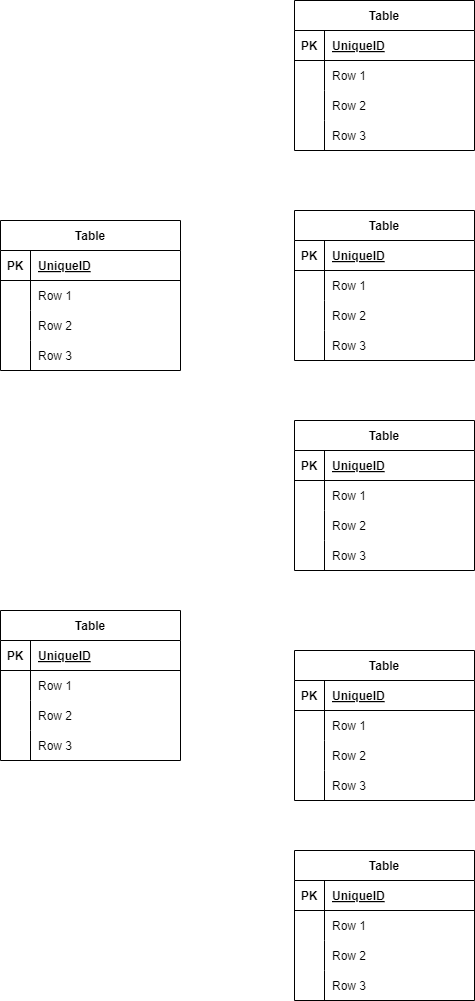
Above: free-market.drawio.png in adashinobobuko/coachtechfreemarket (draw.io), before the change. Source tidied: cells renumbered, new cells last; positions are measured from the earlier drawing's top-left corner, leaving out a move shared by most shapes.
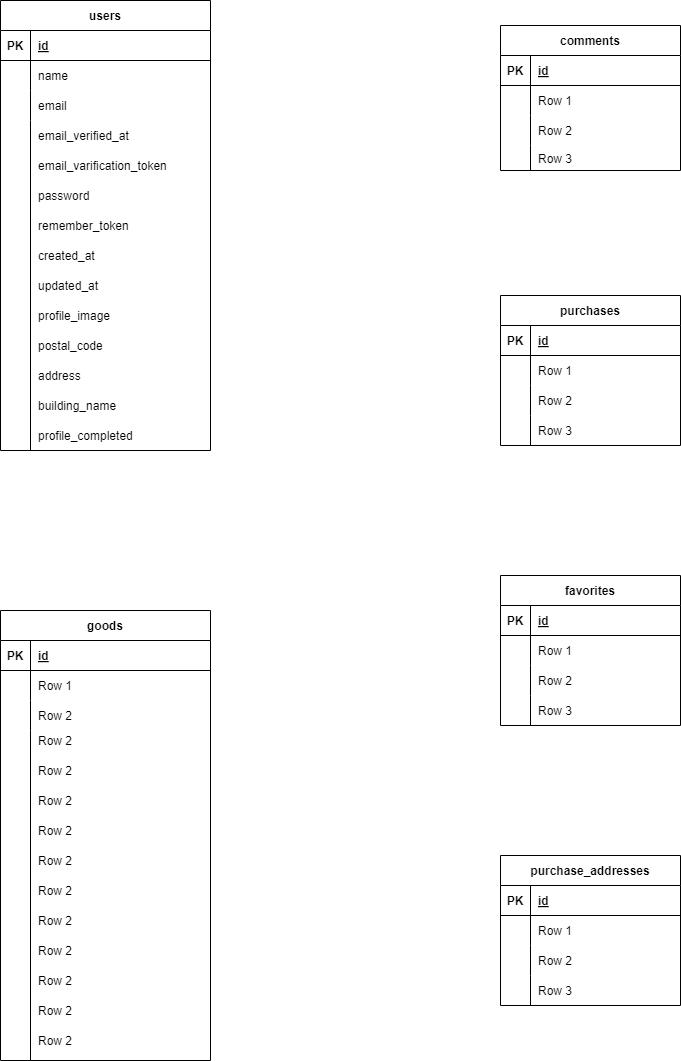
After the change.

Change to the diagram source:
```diff
@@ -4,7 +4,7 @@
     <mxCell id="1" parent="0" />
-    <mxCell id="2" value="Table" style="shape=table;startSize=30;rowLines=0;fontStyle=1;align=center;" parent="1" vertex="1">
-      <mxGeometry y="220" width="180" height="150" as="geometry" />
+    <mxCell id="2" value="users" style="shape=table;startSize=30;rowLines=0;fontStyle=1;align=center;" parent="1" vertex="1">
+      <mxGeometry x="10" width="210" height="450" as="geometry" />
     </mxCell>
     <mxCell id="3" style="shape=tableRow;horizontal=0;startSize=0;swimlaneHead=0;swimlaneBody=0;fillColor=none;top=0;left=0;right=0;bottom=1;" parent="2" vertex="1">
-      <mxGeometry y="30" width="180" height="30" as="geometry" />
+      <mxGeometry y="30" width="210" height="30" as="geometry" />
     </mxCell>
@@ -13,7 +13,7 @@
     </mxCell>
-    <mxCell id="5" value="UniqueID" style="shape=partialRectangle;fillColor=none;top=0;left=0;bottom=0;right=0;align=left;spacingLeft=6;fontStyle=5;overflow=hidden;" parent="3" vertex="1">
-      <mxGeometry x="30" width="150" height="30" as="geometry" />
+    <mxCell id="5" value="id" style="shape=partialRectangle;fillColor=none;top=0;left=0;bottom=0;right=0;align=left;spacingLeft=6;fontStyle=5;overflow=hidden;" parent="3" vertex="1">
+      <mxGeometry x="30" width="180" height="30" as="geometry" />
     </mxCell>
     <mxCell id="6" style="shape=tableRow;horizontal=0;startSize=0;swimlaneHead=0;swimlaneBody=0;fillColor=none;top=0;left=0;right=0;bottom=0;" parent="2" vertex="1">
-      <mxGeometry y="60" width="180" height="30" as="geometry" />
+      <mxGeometry y="60" width="210" height="30" as="geometry" />
     </mxCell>
@@ -22,7 +22,7 @@
     </mxCell>
-    <mxCell id="8" value="Row 1" style="shape=partialRectangle;fillColor=none;top=0;left=0;bottom=0;right=0;align=left;spacingLeft=6;overflow=hidden;" parent="6" vertex="1">
-      <mxGeometry x="30" width="150" height="30" as="geometry" />
+    <mxCell id="8" value="name" style="shape=partialRectangle;fillColor=none;top=0;left=0;bottom=0;right=0;align=left;spacingLeft=6;overflow=hidden;" parent="6" vertex="1">
+      <mxGeometry x="30" width="180" height="30" as="geometry" />
     </mxCell>
     <mxCell id="9" style="shape=tableRow;horizontal=0;startSize=0;swimlaneHead=0;swimlaneBody=0;fillColor=none;top=0;left=0;right=0;bottom=0;" parent="2" vertex="1">
-      <mxGeometry y="90" width="180" height="30" as="geometry" />
+      <mxGeometry y="90" width="210" height="30" as="geometry" />
     </mxCell>
@@ -31,16 +31,16 @@
     </mxCell>
-    <mxCell id="11" value="Row 2" style="shape=partialRectangle;fillColor=none;top=0;left=0;bottom=0;right=0;align=left;spacingLeft=6;overflow=hidden;" parent="9" vertex="1">
-      <mxGeometry x="30" width="150" height="30" as="geometry" />
+    <mxCell id="11" value="email" style="shape=partialRectangle;fillColor=none;top=0;left=0;bottom=0;right=0;align=left;spacingLeft=6;overflow=hidden;" parent="9" vertex="1">
+      <mxGeometry x="30" width="180" height="30" as="geometry" />
     </mxCell>
     <mxCell id="12" style="shape=tableRow;horizontal=0;startSize=0;swimlaneHead=0;swimlaneBody=0;fillColor=none;top=0;left=0;right=0;bottom=0;" parent="2" vertex="1">
-      <mxGeometry y="120" width="180" height="30" as="geometry" />
+      <mxGeometry y="120" width="210" height="330" as="geometry" />
     </mxCell>
     <mxCell id="13" style="shape=partialRectangle;fillColor=none;top=0;left=0;bottom=0;right=0;overflow=hidden;" parent="12" vertex="1">
-      <mxGeometry width="30" height="30" as="geometry" />
+      <mxGeometry width="30" height="330" as="geometry" />
     </mxCell>
-    <mxCell id="14" value="Row 3" style="shape=partialRectangle;fillColor=none;top=0;left=0;bottom=0;right=0;align=left;spacingLeft=6;overflow=hidden;" parent="12" vertex="1">
-      <mxGeometry x="30" width="150" height="30" as="geometry" />
+    <mxCell id="14" style="shape=partialRectangle;fillColor=none;top=0;left=0;bottom=0;right=0;align=left;spacingLeft=6;overflow=hidden;" parent="12" vertex="1">
+      <mxGeometry x="30" width="180" height="330" as="geometry" />
     </mxCell>
-    <mxCell id="15" value="Table" style="shape=table;startSize=30;rowLines=0;fontStyle=1;align=center;" parent="1" vertex="1">
-      <mxGeometry x="294" width="180" height="150" as="geometry" />
+    <mxCell id="15" value="comments" style="shape=table;startSize=30;rowLines=0;fontStyle=1;align=center;" parent="1" vertex="1">
+      <mxGeometry x="510" y="25" width="180" height="145" as="geometry" />
     </mxCell>
@@ -52,3 +52,3 @@
     </mxCell>
-    <mxCell id="18" value="UniqueID" style="shape=partialRectangle;fillColor=none;top=0;left=0;bottom=0;right=0;align=left;spacingLeft=6;fontStyle=5;overflow=hidden;" parent="16" vertex="1">
+    <mxCell id="18" value="id" style="shape=partialRectangle;fillColor=none;top=0;left=0;bottom=0;right=0;align=left;spacingLeft=6;fontStyle=5;overflow=hidden;" parent="16" vertex="1">
       <mxGeometry x="30" width="150" height="30" as="geometry" />
@@ -74,12 +74,12 @@
     <mxCell id="25" style="shape=tableRow;horizontal=0;startSize=0;swimlaneHead=0;swimlaneBody=0;fillColor=none;top=0;left=0;right=0;bottom=0;" parent="15" vertex="1">
-      <mxGeometry y="120" width="180" height="30" as="geometry" />
+      <mxGeometry y="120" width="180" height="25" as="geometry" />
     </mxCell>
     <mxCell id="26" style="shape=partialRectangle;fillColor=none;top=0;left=0;bottom=0;right=0;overflow=hidden;" parent="25" vertex="1">
-      <mxGeometry width="30" height="30" as="geometry" />
+      <mxGeometry width="30" height="25" as="geometry" />
     </mxCell>
     <mxCell id="27" value="Row 3" style="shape=partialRectangle;fillColor=none;top=0;left=0;bottom=0;right=0;align=left;spacingLeft=6;overflow=hidden;" parent="25" vertex="1">
-      <mxGeometry x="30" width="150" height="30" as="geometry" />
+      <mxGeometry x="30" width="150" height="25" as="geometry" />
     </mxCell>
-    <mxCell id="28" value="Table" style="shape=table;startSize=30;rowLines=0;fontStyle=1;align=center;" parent="1" vertex="1">
-      <mxGeometry x="294" y="210" width="180" height="150" as="geometry" />
+    <mxCell id="28" value="purchases" style="shape=table;startSize=30;rowLines=0;fontStyle=1;align=center;" parent="1" vertex="1">
+      <mxGeometry x="510" y="295" width="180" height="150" as="geometry" />
     </mxCell>
@@ -91,3 +91,3 @@
     </mxCell>
-    <mxCell id="31" value="UniqueID" style="shape=partialRectangle;fillColor=none;top=0;left=0;bottom=0;right=0;align=left;spacingLeft=6;fontStyle=5;overflow=hidden;" parent="29" vertex="1">
+    <mxCell id="31" value="id" style="shape=partialRectangle;fillColor=none;top=0;left=0;bottom=0;right=0;align=left;spacingLeft=6;fontStyle=5;overflow=hidden;" parent="29" vertex="1">
       <mxGeometry x="30" width="150" height="30" as="geometry" />
@@ -121,4 +121,4 @@
     </mxCell>
-    <mxCell id="41" value="Table" style="shape=table;startSize=30;rowLines=0;fontStyle=1;align=center;" parent="1" vertex="1">
-      <mxGeometry x="294" y="420" width="180" height="150" as="geometry" />
+    <mxCell id="41" value="favorites" style="shape=table;startSize=30;rowLines=0;fontStyle=1;align=center;" parent="1" vertex="1">
+      <mxGeometry x="510" y="575" width="180" height="150" as="geometry" />
     </mxCell>
@@ -130,3 +130,3 @@
     </mxCell>
-    <mxCell id="44" value="UniqueID" style="shape=partialRectangle;fillColor=none;top=0;left=0;bottom=0;right=0;align=left;spacingLeft=6;fontStyle=5;overflow=hidden;" parent="42" vertex="1">
+    <mxCell id="44" value="id" style="shape=partialRectangle;fillColor=none;top=0;left=0;bottom=0;right=0;align=left;spacingLeft=6;fontStyle=5;overflow=hidden;" parent="42" vertex="1">
       <mxGeometry x="30" width="150" height="30" as="geometry" />
@@ -160,4 +160,4 @@
     </mxCell>
-    <mxCell id="54" value="Table" style="shape=table;startSize=30;rowLines=0;fontStyle=1;align=center;" parent="1" vertex="1">
-      <mxGeometry x="294" y="650" width="180" height="150" as="geometry" />
+    <mxCell id="54" value="purchase_addresses" style="shape=table;startSize=30;rowLines=0;fontStyle=1;align=center;" parent="1" vertex="1">
+      <mxGeometry x="510" y="855" width="180" height="150" as="geometry" />
     </mxCell>
@@ -169,3 +169,3 @@
     </mxCell>
-    <mxCell id="57" value="UniqueID" style="shape=partialRectangle;fillColor=none;top=0;left=0;bottom=0;right=0;align=left;spacingLeft=6;fontStyle=5;overflow=hidden;" parent="55" vertex="1">
+    <mxCell id="57" value="id" style="shape=partialRectangle;fillColor=none;top=0;left=0;bottom=0;right=0;align=left;spacingLeft=6;fontStyle=5;overflow=hidden;" parent="55" vertex="1">
       <mxGeometry x="30" width="150" height="30" as="geometry" />
@@ -199,46 +199,7 @@
     </mxCell>
-    <mxCell id="67" value="Table" style="shape=table;startSize=30;rowLines=0;fontStyle=1;align=center;" parent="1" vertex="1">
-      <mxGeometry x="294" y="850" width="180" height="150" as="geometry" />
-    </mxCell>
-    <mxCell id="68" style="shape=tableRow;horizontal=0;startSize=0;swimlaneHead=0;swimlaneBody=0;fillColor=none;top=0;left=0;right=0;bottom=1;" parent="67" vertex="1">
-      <mxGeometry y="30" width="180" height="30" as="geometry" />
-    </mxCell>
-    <mxCell id="69" value="PK" style="shape=partialRectangle;fillColor=none;top=0;left=0;bottom=0;right=0;fontStyle=1;overflow=hidden;" parent="68" vertex="1">
-      <mxGeometry width="30" height="30" as="geometry" />
-    </mxCell>
-    <mxCell id="70" value="UniqueID" style="shape=partialRectangle;fillColor=none;top=0;left=0;bottom=0;right=0;align=left;spacingLeft=6;fontStyle=5;overflow=hidden;" parent="68" vertex="1">
-      <mxGeometry x="30" width="150" height="30" as="geometry" />
-    </mxCell>
-    <mxCell id="71" style="shape=tableRow;horizontal=0;startSize=0;swimlaneHead=0;swimlaneBody=0;fillColor=none;top=0;left=0;right=0;bottom=0;" parent="67" vertex="1">
-      <mxGeometry y="60" width="180" height="30" as="geometry" />
-    </mxCell>
-    <mxCell id="72" style="shape=partialRectangle;fillColor=none;top=0;left=0;bottom=0;right=0;overflow=hidden;" parent="71" vertex="1">
-      <mxGeometry width="30" height="30" as="geometry" />
-    </mxCell>
-    <mxCell id="73" value="Row 1" style="shape=partialRectangle;fillColor=none;top=0;left=0;bottom=0;right=0;align=left;spacingLeft=6;overflow=hidden;" parent="71" vertex="1">
-      <mxGeometry x="30" width="150" height="30" as="geometry" />
-    </mxCell>
-    <mxCell id="74" style="shape=tableRow;horizontal=0;startSize=0;swimlaneHead=0;swimlaneBody=0;fillColor=none;top=0;left=0;right=0;bottom=0;" parent="67" vertex="1">
-      <mxGeometry y="90" width="180" height="30" as="geometry" />
-    </mxCell>
-    <mxCell id="75" style="shape=partialRectangle;fillColor=none;top=0;left=0;bottom=0;right=0;overflow=hidden;" parent="74" vertex="1">
-      <mxGeometry width="30" height="30" as="geometry" />
-    </mxCell>
-    <mxCell id="76" value="Row 2" style="shape=partialRectangle;fillColor=none;top=0;left=0;bottom=0;right=0;align=left;spacingLeft=6;overflow=hidden;" parent="74" vertex="1">
-      <mxGeometry x="30" width="150" height="30" as="geometry" />
-    </mxCell>
-    <mxCell id="77" style="shape=tableRow;horizontal=0;startSize=0;swimlaneHead=0;swimlaneBody=0;fillColor=none;top=0;left=0;right=0;bottom=0;" parent="67" vertex="1">
-      <mxGeometry y="120" width="180" height="30" as="geometry" />
-    </mxCell>
-    <mxCell id="78" style="shape=partialRectangle;fillColor=none;top=0;left=0;bottom=0;right=0;overflow=hidden;" parent="77" vertex="1">
-      <mxGeometry width="30" height="30" as="geometry" />
-    </mxCell>
-    <mxCell id="79" value="Row 3" style="shape=partialRectangle;fillColor=none;top=0;left=0;bottom=0;right=0;align=left;spacingLeft=6;overflow=hidden;" parent="77" vertex="1">
-      <mxGeometry x="30" width="150" height="30" as="geometry" />
-    </mxCell>
-    <mxCell id="80" value="Table" style="shape=table;startSize=30;rowLines=0;fontStyle=1;align=center;" parent="1" vertex="1">
-      <mxGeometry y="610" width="180" height="150" as="geometry" />
+    <mxCell id="80" value="goods" style="shape=table;startSize=30;rowLines=0;fontStyle=1;align=center;" parent="1" vertex="1">
+      <mxGeometry x="10" y="610" width="210" height="450" as="geometry" />
     </mxCell>
     <mxCell id="81" style="shape=tableRow;horizontal=0;startSize=0;swimlaneHead=0;swimlaneBody=0;fillColor=none;top=0;left=0;right=0;bottom=1;" parent="80" vertex="1">
-      <mxGeometry y="30" width="180" height="30" as="geometry" />
+      <mxGeometry y="30" width="210" height="30" as="geometry" />
     </mxCell>
@@ -247,7 +208,7 @@
     </mxCell>
-    <mxCell id="83" value="UniqueID" style="shape=partialRectangle;fillColor=none;top=0;left=0;bottom=0;right=0;align=left;spacingLeft=6;fontStyle=5;overflow=hidden;" parent="81" vertex="1">
-      <mxGeometry x="30" width="150" height="30" as="geometry" />
+    <mxCell id="83" value="id" style="shape=partialRectangle;fillColor=none;top=0;left=0;bottom=0;right=0;align=left;spacingLeft=6;fontStyle=5;overflow=hidden;" parent="81" vertex="1">
+      <mxGeometry x="30" width="180" height="30" as="geometry" />
     </mxCell>
     <mxCell id="84" style="shape=tableRow;horizontal=0;startSize=0;swimlaneHead=0;swimlaneBody=0;fillColor=none;top=0;left=0;right=0;bottom=0;" parent="80" vertex="1">
-      <mxGeometry y="60" width="180" height="30" as="geometry" />
+      <mxGeometry y="60" width="210" height="30" as="geometry" />
     </mxCell>
@@ -257,6 +218,6 @@
     <mxCell id="86" value="Row 1" style="shape=partialRectangle;fillColor=none;top=0;left=0;bottom=0;right=0;align=left;spacingLeft=6;overflow=hidden;" parent="84" vertex="1">
-      <mxGeometry x="30" width="150" height="30" as="geometry" />
+      <mxGeometry x="30" width="180" height="30" as="geometry" />
     </mxCell>
     <mxCell id="87" style="shape=tableRow;horizontal=0;startSize=0;swimlaneHead=0;swimlaneBody=0;fillColor=none;top=0;left=0;right=0;bottom=0;" parent="80" vertex="1">
-      <mxGeometry y="90" width="180" height="30" as="geometry" />
+      <mxGeometry y="90" width="210" height="30" as="geometry" />
     </mxCell>
@@ -266,13 +227,79 @@
     <mxCell id="89" value="Row 2" style="shape=partialRectangle;fillColor=none;top=0;left=0;bottom=0;right=0;align=left;spacingLeft=6;overflow=hidden;" parent="87" vertex="1">
-      <mxGeometry x="30" width="150" height="30" as="geometry" />
+      <mxGeometry x="30" width="180" height="30" as="geometry" />
     </mxCell>
     <mxCell id="90" style="shape=tableRow;horizontal=0;startSize=0;swimlaneHead=0;swimlaneBody=0;fillColor=none;top=0;left=0;right=0;bottom=0;" parent="80" vertex="1">
-      <mxGeometry y="120" width="180" height="30" as="geometry" />
+      <mxGeometry y="120" width="210" height="330" as="geometry" />
     </mxCell>
     <mxCell id="91" style="shape=partialRectangle;fillColor=none;top=0;left=0;bottom=0;right=0;overflow=hidden;" parent="90" vertex="1">
-      <mxGeometry width="30" height="30" as="geometry" />
+      <mxGeometry width="30" height="330" as="geometry" />
     </mxCell>
-    <mxCell id="92" value="Row 3" style="shape=partialRectangle;fillColor=none;top=0;left=0;bottom=0;right=0;align=left;spacingLeft=6;overflow=hidden;" parent="90" vertex="1">
-      <mxGeometry x="30" width="150" height="30" as="geometry" />
+    <mxCell id="92" style="shape=partialRectangle;fillColor=none;top=0;left=0;bottom=0;right=0;align=left;spacingLeft=6;overflow=hidden;" parent="90" vertex="1">
+      <mxGeometry x="30" width="180" height="330" as="geometry" />
     </mxCell>
+    <mxCell id="93" value="email_verified_at" style="shape=partialRectangle;fillColor=none;top=0;left=0;bottom=0;right=0;align=left;spacingLeft=6;overflow=hidden;" parent="1" vertex="1">
+      <mxGeometry x="40" y="120" width="150" height="30" as="geometry" />
+    </mxCell>
+    <mxCell id="94" value="email_varification_token" style="shape=partialRectangle;fillColor=none;top=0;left=0;bottom=0;right=0;align=left;spacingLeft=6;overflow=hidden;" parent="1" vertex="1">
+      <mxGeometry x="40" y="150" width="150" height="30" as="geometry" />
+    </mxCell>
+    <mxCell id="95" value="password" style="shape=partialRectangle;fillColor=none;top=0;left=0;bottom=0;right=0;align=left;spacingLeft=6;overflow=hidden;" parent="1" vertex="1">
+      <mxGeometry x="40" y="180" width="150" height="30" as="geometry" />
+    </mxCell>
+    <mxCell id="96" value="remember_token" style="shape=partialRectangle;fillColor=none;top=0;left=0;bottom=0;right=0;align=left;spacingLeft=6;overflow=hidden;" parent="1" vertex="1">
+      <mxGeometry x="40" y="210" width="150" height="30" as="geometry" />
+    </mxCell>
+    <mxCell id="97" value="created_at" style="shape=partialRectangle;fillColor=none;top=0;left=0;bottom=0;right=0;align=left;spacingLeft=6;overflow=hidden;" parent="1" vertex="1">
+      <mxGeometry x="40" y="240" width="150" height="30" as="geometry" />
+    </mxCell>
+    <mxCell id="98" value="updated_at" style="shape=partialRectangle;fillColor=none;top=0;left=0;bottom=0;right=0;align=left;spacingLeft=6;overflow=hidden;" parent="1" vertex="1">
+      <mxGeometry x="40" y="270" width="150" height="30" as="geometry" />
+    </mxCell>
+    <mxCell id="99" value="profile_image" style="shape=partialRectangle;fillColor=none;top=0;left=0;bottom=0;right=0;align=left;spacingLeft=6;overflow=hidden;" parent="1" vertex="1">
+      <mxGeometry x="40" y="300" width="150" height="30" as="geometry" />
+    </mxCell>
+    <mxCell id="100" value="postal_code" style="shape=partialRectangle;fillColor=none;top=0;left=0;bottom=0;right=0;align=left;spacingLeft=6;overflow=hidden;" parent="1" vertex="1">
+      <mxGeometry x="40" y="330" width="150" height="30" as="geometry" />
+    </mxCell>
+    <mxCell id="101" value="address" style="shape=partialRectangle;fillColor=none;top=0;left=0;bottom=0;right=0;align=left;spacingLeft=6;overflow=hidden;" parent="1" vertex="1">
+      <mxGeometry x="40" y="360" width="150" height="30" as="geometry" />
+    </mxCell>
+    <mxCell id="102" value="building_name" style="shape=partialRectangle;fillColor=none;top=0;left=0;bottom=0;right=0;align=left;spacingLeft=6;overflow=hidden;" parent="1" vertex="1">
+      <mxGeometry x="40" y="390" width="150" height="30" as="geometry" />
+    </mxCell>
+    <mxCell id="103" value="profile_completed" style="shape=partialRectangle;fillColor=none;top=0;left=0;bottom=0;right=0;align=left;spacingLeft=6;overflow=hidden;" parent="1" vertex="1">
+      <mxGeometry x="40" y="420" width="150" height="30" as="geometry" />
+    </mxCell>
+    <mxCell id="104" value="Row 2" style="shape=partialRectangle;fillColor=none;top=0;left=0;bottom=0;right=0;align=left;spacingLeft=6;overflow=hidden;" parent="1" vertex="1">
+      <mxGeometry x="40" y="725" width="180" height="30" as="geometry" />
+    </mxCell>
+    <mxCell id="105" value="Row 2" style="shape=partialRectangle;fillColor=none;top=0;left=0;bottom=0;right=0;align=left;spacingLeft=6;overflow=hidden;" parent="1" vertex="1">
+      <mxGeometry x="40" y="755" width="180" height="30" as="geometry" />
+    </mxCell>
+    <mxCell id="106" value="Row 2" style="shape=partialRectangle;fillColor=none;top=0;left=0;bottom=0;right=0;align=left;spacingLeft=6;overflow=hidden;" parent="1" vertex="1">
+      <mxGeometry x="40" y="785" width="180" height="30" as="geometry" />
+    </mxCell>
+    <mxCell id="107" value="Row 2" style="shape=partialRectangle;fillColor=none;top=0;left=0;bottom=0;right=0;align=left;spacingLeft=6;overflow=hidden;" parent="1" vertex="1">
+      <mxGeometry x="40" y="815" width="180" height="30" as="geometry" />
+    </mxCell>
+    <mxCell id="108" value="Row 2" style="shape=partialRectangle;fillColor=none;top=0;left=0;bottom=0;right=0;align=left;spacingLeft=6;overflow=hidden;" parent="1" vertex="1">
+      <mxGeometry x="40" y="845" width="180" height="30" as="geometry" />
+    </mxCell>
+    <mxCell id="109" value="Row 2" style="shape=partialRectangle;fillColor=none;top=0;left=0;bottom=0;right=0;align=left;spacingLeft=6;overflow=hidden;" parent="1" vertex="1">
+      <mxGeometry x="40" y="875" width="180" height="30" as="geometry" />
+    </mxCell>
+    <mxCell id="110" value="Row 2" style="shape=partialRectangle;fillColor=none;top=0;left=0;bottom=0;right=0;align=left;spacingLeft=6;overflow=hidden;" parent="1" vertex="1">
+      <mxGeometry x="40" y="905" width="180" height="30" as="geometry" />
+    </mxCell>
+    <mxCell id="111" value="Row 2" style="shape=partialRectangle;fillColor=none;top=0;left=0;bottom=0;right=0;align=left;spacingLeft=6;overflow=hidden;" parent="1" vertex="1">
+      <mxGeometry x="40" y="935" width="180" height="30" as="geometry" />
+    </mxCell>
+    <mxCell id="112" value="Row 2" style="shape=partialRectangle;fillColor=none;top=0;left=0;bottom=0;right=0;align=left;spacingLeft=6;overflow=hidden;" parent="1" vertex="1">
+      <mxGeometry x="40" y="965" width="180" height="30" as="geometry" />
+    </mxCell>
+    <mxCell id="113" value="Row 2" style="shape=partialRectangle;fillColor=none;top=0;left=0;bottom=0;right=0;align=left;spacingLeft=6;overflow=hidden;" parent="1" vertex="1">
+      <mxGeometry x="40" y="995" width="180" height="30" as="geometry" />
+    </mxCell>
+    <mxCell id="114" value="Row 2" style="shape=partialRectangle;fillColor=none;top=0;left=0;bottom=0;right=0;align=left;spacingLeft=6;overflow=hidden;" parent="1" vertex="1">
+      <mxGeometry x="40" y="1025" width="180" height="30" as="geometry" />
+    </mxCell>
   </root>
```
